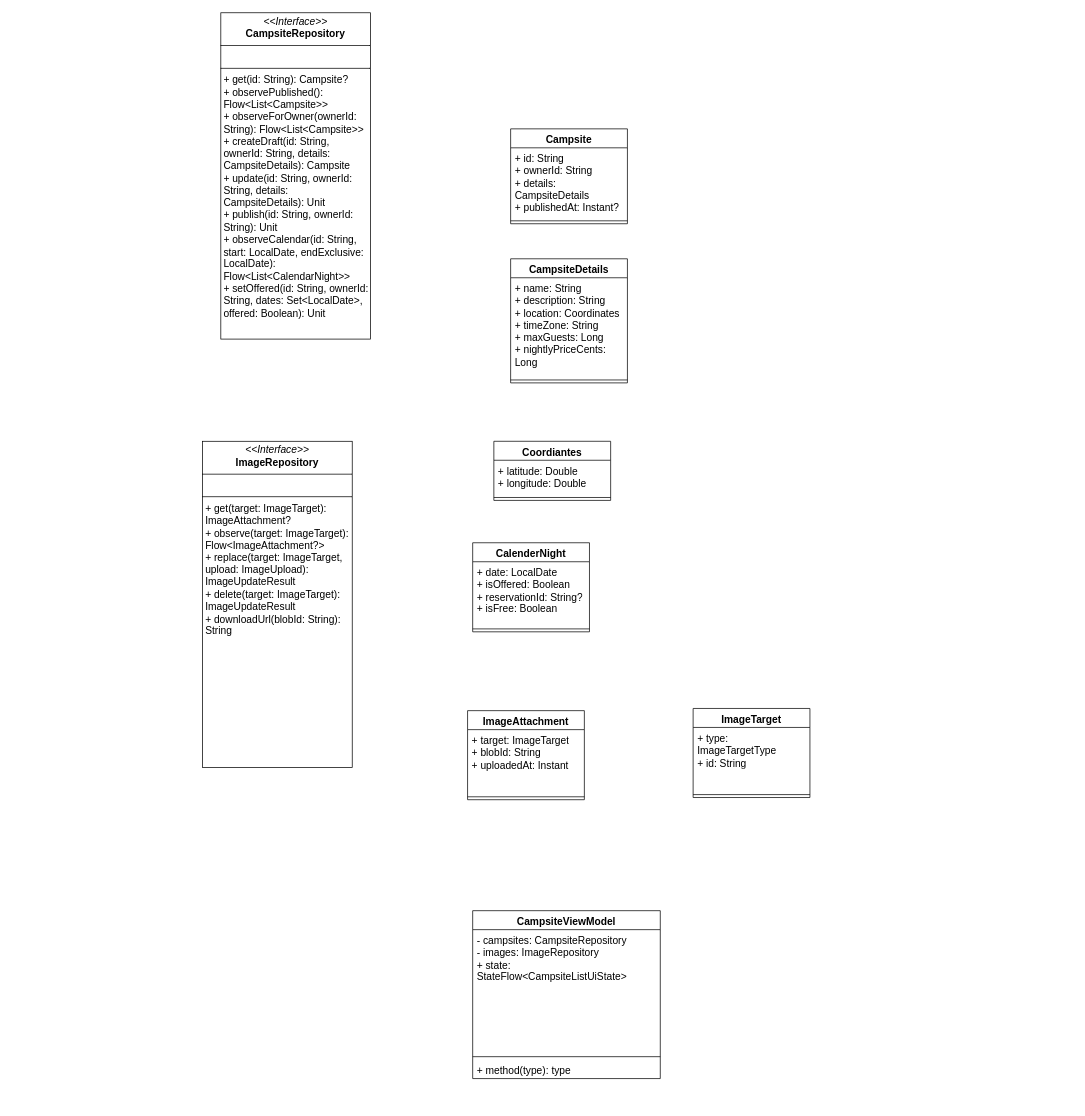
This is page "UML_Diagram_Revision" (5 of 5) of doc/UML.drawio from CMPUT301F26stderr/stderr-campsbridge, a draw.io file, before an edit. Source tidied: cells renumbered, new cells numbered last; positions are measured from the earlier drawing's top-left corner, leaving out a move shared by most shapes. Both pictures are drawn from the tidied source at 73%, with x=0, y=0 at pixel (202, 12).
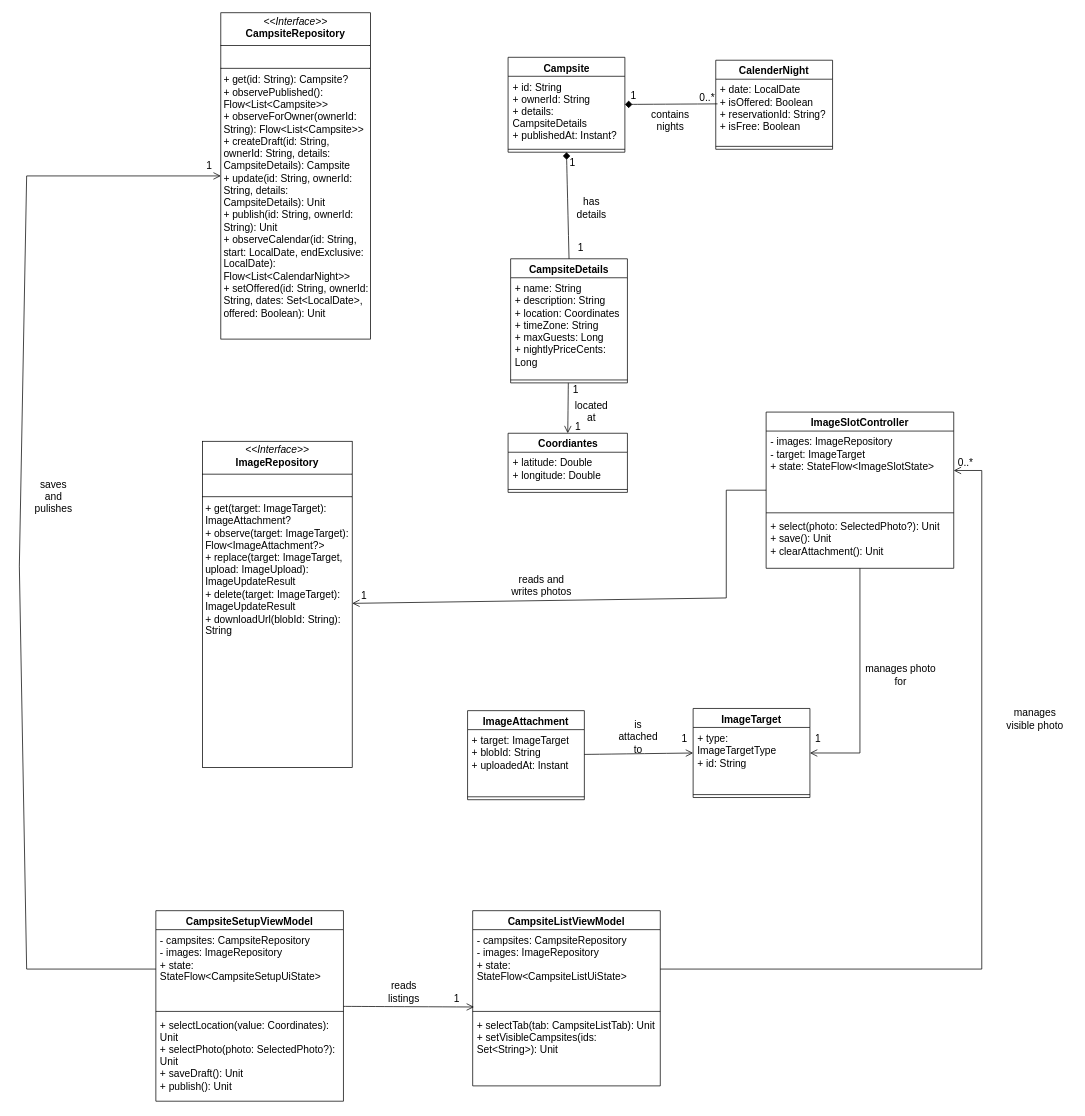
After the change.

Commit message:
making more modifications

Unchanged cells that the change refers to:
```xml
<mxCell id="2" value="&lt;p style=&quot;margin:0px;margin-top:4px;text-align:center;&quot;&gt;&lt;font&gt;&lt;i style=&quot;&quot;&gt;&amp;lt;&amp;lt;Interface&amp;gt;&amp;gt;&lt;/i&gt;&lt;br&gt;&lt;b style=&quot;&quot;&gt;&lt;font style=&quot;&quot;&gt;CampsiteRepository&lt;/font&gt;&lt;/b&gt;&lt;/font&gt;&lt;/p&gt;&lt;hr size=&quot;1&quot; style=&quot;border-style:solid;&quot;&gt;&lt;p style=&quot;margin:0px;margin-left:4px;&quot;&gt;&lt;font&gt;&lt;br&gt;&lt;/font&gt;&lt;/p&gt;&lt;hr size=&quot;1&quot; style=&quot;border-style:solid;&quot;&gt;&lt;p style=&quot;margin:0px;margin-left:4px;&quot;&gt;&lt;font&gt;+ get(id: String): Campsite?&lt;/font&gt;&lt;/p&gt;&lt;p style=&quot;margin:0px;margin-left:4px;&quot;&gt;&lt;font&gt;+ observePublished(): Flow&amp;lt;List&amp;lt;Campsite&amp;gt;&amp;gt;&lt;/font&gt;&lt;/p&gt;&lt;p style=&quot;margin:0px;margin-left:4px;&quot;&gt;&lt;font&gt;+ observeForOwner(ownerId: String): Flow&amp;lt;List&amp;lt;Campsite&amp;gt;&amp;gt;&lt;/font&gt;&lt;/p&gt;&lt;p style=&quot;margin:0px;margin-left:4px;&quot;&gt;&lt;font&gt;+ createDraft(id: String, ownerId: String, details: CampsiteDetails): Campsite&lt;/font&gt;&lt;/p&gt;&lt;p style=&quot;margin:0px;margin-left:4px;&quot;&gt;&lt;font&gt;+ update(id: String, ownerId: String, details: CampsiteDetails): Unit&lt;/font&gt;&lt;/p&gt;&lt;p style=&quot;margin:0px;margin-left:4px;&quot;&gt;&lt;font&gt;+ publish(id: String, ownerId: String): Unit&lt;/font&gt;&lt;/p&gt;&lt;p style=&quot;margin:0px;margin-left:4px;&quot;&gt;&lt;font&gt;+ observeCalendar(id: String, start: LocalDate, endExclusive: LocalDate): Flow&amp;lt;List&amp;lt;CalendarNight&amp;gt;&amp;gt;&lt;/font&gt;&lt;/p&gt;&lt;p style=&quot;margin:0px;margin-left:4px;&quot;&gt;&lt;font&gt;+ setOffered(id: String, ownerId: String, dates: Set&amp;lt;LocalDate&amp;gt;, offered: Boolean): Unit&lt;/font&gt;&lt;/p&gt;" style="verticalAlign=top;align=left;overflow=fill;html=1;whiteSpace=wrap;fontFamily=Arial;fontSize=14;" parent="1" vertex="1">
  <mxGeometry x="25" width="205" height="447" as="geometry" />
</mxCell>
<mxCell id="6" value="CampsiteDetails" style="swimlane;fontStyle=1;align=center;verticalAlign=top;horizontal=1;startSize=26;whiteSpace=wrap;html=1;fontFamily=Arial;fontSize=14;" parent="1" vertex="1">
  <mxGeometry x="422" y="337" width="160" height="170" as="geometry" />
</mxCell>
<mxCell id="13" value="&lt;div&gt;+ date: LocalDate&lt;/div&gt;&lt;div&gt;+ isOffered: Boolean&lt;/div&gt;&lt;div&gt;+ reservationId: String?&lt;/div&gt;&lt;div&gt;+ isFree: Boolean&lt;/div&gt;" style="text;strokeColor=none;fillColor=none;align=left;verticalAlign=top;spacingLeft=4;spacingRight=4;overflow=hidden;points=[[0,0.5],[1,0.5]];portConstraint=eastwest;whiteSpace=wrap;html=1;fontFamily=Arial;fontSize=14;" parent="12" vertex="1">
  <mxGeometry y="26" width="160" height="88" as="geometry" />
</mxCell>
<mxCell id="15" value="&lt;p style=&quot;margin:0px;margin-top:4px;text-align:center;&quot;&gt;&lt;font&gt;&lt;i style=&quot;&quot;&gt;&amp;lt;&amp;lt;Interface&amp;gt;&amp;gt;&lt;/i&gt;&lt;br&gt;&lt;b style=&quot;&quot;&gt;&lt;font style=&quot;&quot;&gt;ImageRepository&lt;/font&gt;&lt;/b&gt;&lt;/font&gt;&lt;/p&gt;&lt;hr size=&quot;1&quot; style=&quot;border-style:solid;&quot;&gt;&lt;p style=&quot;margin:0px;margin-left:4px;&quot;&gt;&lt;font&gt;&lt;br&gt;&lt;/font&gt;&lt;/p&gt;&lt;hr size=&quot;1&quot; style=&quot;border-style:solid;&quot;&gt;&lt;p style=&quot;margin:0px;margin-left:4px;&quot;&gt;+ get(target: ImageTarget): ImageAttachment?&lt;/p&gt;&lt;p style=&quot;margin:0px;margin-left:4px;&quot;&gt;+ observe(target: ImageTarget): Flow&amp;lt;ImageAttachment?&amp;gt;&lt;/p&gt;&lt;p style=&quot;margin:0px;margin-left:4px;&quot;&gt;+ replace(target: ImageTarget, upload: ImageUpload): ImageUpdateResult&lt;/p&gt;&lt;p style=&quot;margin:0px;margin-left:4px;&quot;&gt;+ delete(target: ImageTarget): ImageUpdateResult&lt;/p&gt;&lt;p style=&quot;margin:0px;margin-left:4px;&quot;&gt;+ downloadUrl(blobId: String): String&lt;/p&gt;" style="verticalAlign=top;align=left;overflow=fill;html=1;whiteSpace=wrap;fontFamily=Arial;fontSize=14;" parent="1" vertex="1">
  <mxGeometry y="587" width="205" height="447" as="geometry" />
</mxCell>
<mxCell id="16" value="ImageAttachment" style="swimlane;fontStyle=1;align=center;verticalAlign=top;horizontal=1;startSize=26;whiteSpace=wrap;html=1;fontFamily=Arial;fontSize=14;" parent="1" vertex="1">
  <mxGeometry x="363" y="956" width="160" height="122" as="geometry" />
</mxCell>
<mxCell id="19" value="ImageTarget" style="swimlane;fontStyle=1;align=center;verticalAlign=top;horizontal=1;startSize=26;whiteSpace=wrap;html=1;fontFamily=Arial;fontSize=14;" parent="1" vertex="1">
  <mxGeometry x="672" y="953" width="160" height="122" as="geometry" />
</mxCell>
```

Change to the diagram source:
```diff
@@
     <mxCell id="3" value="Campsite" style="swimlane;fontStyle=1;align=center;verticalAlign=top;horizontal=1;startSize=26;whiteSpace=wrap;html=1;fontFamily=Arial;fontSize=14;" parent="1" vertex="1">
-      <mxGeometry x="422" y="159" width="160" height="130" as="geometry" />
+      <mxGeometry x="418.5" y="61" width="160" height="130" as="geometry" />
     </mxCell>
@@
+    <mxCell id="26" style="edgeStyle=none;curved=1;rounded=0;curveGeometry=1;jettySize=auto;html=1;entryX=0.5;entryY=0;entryDx=0;entryDy=0;fontSize=12;defaultLabelBackgroundColor=page;startSize=8;endSize=8;endArrow=open;endFill=0;" parent="1" edge="1" source="6" target="9">
+      <mxGeometry relative="1" as="geometry" />
+    </mxCell>
@@
     <mxCell id="9" value="Coordiantes" style="swimlane;fontStyle=1;align=center;verticalAlign=top;horizontal=1;startSize=26;whiteSpace=wrap;html=1;fontFamily=Arial;fontSize=14;" parent="1" vertex="1">
-      <mxGeometry x="399" y="587" width="160" height="81" as="geometry" />
+      <mxGeometry x="418.5" y="576" width="163.5" height="81" as="geometry" />
     </mxCell>
     <mxCell id="10" value="&lt;div&gt;+ latitude: Double&lt;/div&gt;&lt;div&gt;+ longitude: Double&lt;/div&gt;" style="text;strokeColor=none;fillColor=none;align=left;verticalAlign=top;spacingLeft=4;spacingRight=4;overflow=hidden;whiteSpace=wrap;html=1;fontFamily=Arial;fontSize=14;" parent="9" vertex="1">
-      <mxGeometry y="26" width="160" height="47" as="geometry" />
+      <mxGeometry y="26" width="163.5" height="47" as="geometry" />
     </mxCell>
     <mxCell id="11" style="line;strokeWidth=1;fillColor=none;align=left;verticalAlign=middle;spacingTop=-1;spacingLeft=3;spacingRight=3;labelPosition=right;strokeColor=inherit;labelPerimeter=1;" parent="9" vertex="1">
-      <mxGeometry y="73" width="160" height="8" as="geometry" />
+      <mxGeometry y="73" width="163.5" height="8" as="geometry" />
     </mxCell>
     <mxCell id="12" value="CalenderNight" style="swimlane;fontStyle=1;align=center;verticalAlign=top;horizontal=1;startSize=26;whiteSpace=wrap;html=1;fontFamily=Arial;fontSize=14;" parent="1" vertex="1">
-      <mxGeometry x="370" y="726" width="160" height="122" as="geometry" />
+      <mxGeometry x="703" y="65" width="160" height="122" as="geometry" />
     </mxCell>
@@
+    <mxCell id="27" style="edgeStyle=none;curved=0;rounded=0;jettySize=auto;html=1;entryX=0;entryY=0.5;entryDx=0;entryDy=0;fontSize=12;defaultLabelBackgroundColor=page;startSize=8;endSize=8;endArrow=none;endFill=0;startArrow=open;startFill=0;" parent="1" edge="1" source="15" target="34">
+      <mxGeometry x="-0.06" relative="1" as="geometry">
+        <Array as="points">
+          <mxPoint x="717.4" y="801.6" />
+          <mxPoint x="717.4" y="654" />
+        </Array>
+      </mxGeometry>
+    </mxCell>
@@
+    <mxCell id="28" style="edgeStyle=none;curved=1;rounded=0;curveGeometry=1;jettySize=auto;html=1;entryX=0;entryY=0.5;entryDx=0;entryDy=0;fontSize=12;defaultLabelBackgroundColor=page;startSize=8;endSize=8;endArrow=open;endFill=0;" parent="1" edge="1" source="16" target="19">
+      <mxGeometry relative="1" as="geometry" />
+    </mxCell>
@@
-    <mxCell id="22" value="CampsiteViewModel" style="swimlane;fontStyle=1;align=center;verticalAlign=top;horizontal=1;startSize=26;whiteSpace=wrap;html=1;fontFamily=Arial;fontSize=14;" parent="1" vertex="1">
-      <mxGeometry x="370" y="1230" width="257" height="230" as="geometry" />
+    <mxCell id="22" value="CampsiteListViewModel" style="swimlane;fontStyle=1;align=center;verticalAlign=top;horizontal=1;startSize=26;whiteSpace=wrap;html=1;fontFamily=Arial;fontSize=14;" parent="1" vertex="1">
+      <mxGeometry x="370" y="1230" width="257" height="240" as="geometry" />
     </mxCell>
     <mxCell id="23" value="&lt;div&gt;- campsites: CampsiteRepository&lt;/div&gt;&lt;div&gt;- images: ImageRepository&lt;/div&gt;&lt;div&gt;+ state: StateFlow&amp;lt;CampsiteListUiState&amp;gt;&lt;/div&gt;" style="text;strokeColor=none;fillColor=none;align=left;verticalAlign=top;spacingLeft=4;spacingRight=4;overflow=hidden;points=[[0,0.5],[1,0.5]];portConstraint=eastwest;whiteSpace=wrap;html=1;fontFamily=Arial;fontSize=14;" parent="22" vertex="1">
-      <mxGeometry y="26" width="257" height="170" as="geometry" />
+      <mxGeometry y="26" width="257" height="108" as="geometry" />
     </mxCell>
     <mxCell id="24" style="line;strokeWidth=1;fillColor=none;align=left;verticalAlign=middle;spacingTop=-1;spacingLeft=3;spacingRight=3;labelPosition=right;points=[];portConstraint=eastwest;strokeColor=inherit;labelPerimeter=1;" parent="22" vertex="1">
-      <mxGeometry y="196" width="257" height="8" as="geometry" />
+      <mxGeometry y="134" width="257" height="8" as="geometry" />
     </mxCell>
-    <mxCell id="25" value="+ method(type): type" style="text;strokeColor=none;fillColor=none;align=left;verticalAlign=top;spacingLeft=4;spacingRight=4;overflow=hidden;whiteSpace=wrap;html=1;fontFamily=Arial;fontSize=14;" parent="22" vertex="1">
-      <mxGeometry y="204" width="257" height="26" as="geometry" />
+    <mxCell id="25" value="&lt;div&gt;+ selectTab(tab: CampsiteListTab): Unit&lt;/div&gt;&lt;div&gt;+ setVisibleCampsites(ids: Set&amp;lt;String&amp;gt;): Unit&lt;/div&gt;" style="text;strokeColor=none;fillColor=none;align=left;verticalAlign=top;spacingLeft=4;spacingRight=4;overflow=hidden;whiteSpace=wrap;html=1;fontFamily=Arial;fontSize=14;" parent="22" vertex="1">
+      <mxGeometry y="142" width="257" height="98" as="geometry" />
     </mxCell>
+    <mxCell id="29" value="CampsiteSetupViewModel" style="swimlane;fontStyle=1;align=center;verticalAlign=top;horizontal=1;startSize=26;whiteSpace=wrap;html=1;fontFamily=Arial;fontSize=14;" parent="1" vertex="1">
+      <mxGeometry x="-64" y="1230" width="257" height="261" as="geometry" />
+    </mxCell>
+    <mxCell id="30" value="&lt;div&gt;- campsites: CampsiteRepository&lt;/div&gt;&lt;div&gt;- images: ImageRepository&lt;/div&gt;&lt;div&gt;+ state: StateFlow&amp;lt;CampsiteSetupUiState&amp;gt;&lt;/div&gt;" style="text;strokeColor=none;fillColor=none;align=left;verticalAlign=top;spacingLeft=4;spacingRight=4;overflow=hidden;points=[[0,0.5],[1,0.5]];portConstraint=eastwest;whiteSpace=wrap;html=1;fontFamily=Arial;fontSize=14;" parent="29" vertex="1">
+      <mxGeometry y="26" width="257" height="108" as="geometry" />
+    </mxCell>
+    <mxCell id="31" style="line;strokeWidth=1;fillColor=none;align=left;verticalAlign=middle;spacingTop=-1;spacingLeft=3;spacingRight=3;labelPosition=right;strokeColor=inherit;labelPerimeter=1;" parent="29" vertex="1">
+      <mxGeometry y="134" width="257" height="8" as="geometry" />
+    </mxCell>
+    <mxCell id="32" value="&lt;div&gt;+ selectLocation(value: Coordinates): Unit&lt;/div&gt;&lt;div&gt;+ selectPhoto(photo: SelectedPhoto?): Unit&lt;/div&gt;&lt;div&gt;+ saveDraft(): Unit&lt;/div&gt;&lt;div&gt;+ publish(): Unit&lt;/div&gt;" style="text;strokeColor=none;fillColor=none;align=left;verticalAlign=top;spacingLeft=4;spacingRight=4;overflow=hidden;whiteSpace=wrap;html=1;fontFamily=Arial;fontSize=14;" parent="29" vertex="1">
+      <mxGeometry y="142" width="257" height="119" as="geometry" />
+    </mxCell>
+    <mxCell id="33" style="edgeStyle=none;curved=0;rounded=0;jettySize=auto;html=1;exitX=0.5;exitY=1;exitDx=0;exitDy=0;entryX=1;entryY=0.5;entryDx=0;entryDy=0;fontSize=12;defaultLabelBackgroundColor=page;startSize=8;endSize=8;endArrow=open;endFill=0;" parent="1" edge="1" source="34" target="19">
+      <mxGeometry relative="1" as="geometry">
+        <Array as="points">
+          <mxPoint x="900.5" y="1014" />
+        </Array>
+      </mxGeometry>
+    </mxCell>
+    <mxCell id="34" value="ImageSlotController" style="swimlane;fontStyle=1;align=center;verticalAlign=top;horizontal=1;startSize=26;whiteSpace=wrap;html=1;fontFamily=Arial;fontSize=14;" parent="1" vertex="1">
+      <mxGeometry x="772" y="547" width="257" height="214" as="geometry" />
+    </mxCell>
+    <mxCell id="35" value="&lt;div&gt;- images: ImageRepository&lt;/div&gt;&lt;div&gt;- target: ImageTarget&lt;/div&gt;&lt;div&gt;+ state: StateFlow&amp;lt;ImageSlotState&amp;gt;&lt;/div&gt;" style="text;strokeColor=none;fillColor=none;align=left;verticalAlign=top;spacingLeft=4;spacingRight=4;overflow=hidden;points=[[0,0.5],[1,0.5]];portConstraint=eastwest;whiteSpace=wrap;html=1;fontFamily=Arial;fontSize=14;" parent="34" vertex="1">
+      <mxGeometry y="26" width="257" height="108" as="geometry" />
+    </mxCell>
+    <mxCell id="36" style="line;strokeWidth=1;fillColor=none;align=left;verticalAlign=middle;spacingTop=-1;spacingLeft=3;spacingRight=3;labelPosition=right;strokeColor=inherit;labelPerimeter=1;" parent="34" vertex="1">
+      <mxGeometry y="134" width="257" height="8" as="geometry" />
+    </mxCell>
+    <mxCell id="37" value="&lt;div&gt;+ select(photo: SelectedPhoto?): Unit&lt;/div&gt;&lt;div&gt;+ save(): Unit&lt;/div&gt;&lt;div&gt;+ clearAttachment(): Unit&lt;/div&gt;" style="text;strokeColor=none;fillColor=none;align=left;verticalAlign=top;spacingLeft=4;spacingRight=4;overflow=hidden;whiteSpace=wrap;html=1;fontFamily=Arial;fontSize=14;" parent="34" vertex="1">
+      <mxGeometry y="142" width="257" height="72" as="geometry" />
+    </mxCell>
+    <mxCell id="38" style="edgeStyle=none;curved=1;rounded=0;curveGeometry=1;jettySize=auto;html=1;exitX=0.5;exitY=1;exitDx=0;exitDy=0;fontSize=12;defaultLabelBackgroundColor=page;startSize=8;endSize=8;startArrow=diamond;startFill=1;endArrow=none;endFill=0;entryX=0.5;entryY=0;entryDx=0;entryDy=0;" parent="1" edge="1" source="3" target="6">
+      <mxGeometry relative="1" as="geometry" />
+    </mxCell>
+    <mxCell id="39" value="1" style="text;html=1;whiteSpace=wrap;strokeColor=none;fillColor=none;align=center;verticalAlign=middle;rounded=0;fontSize=14;fontFamily=Arial;" parent="1" vertex="1">
+      <mxGeometry x="507" y="307" width="23" height="30" as="geometry" />
+    </mxCell>
+    <mxCell id="40" value="1" style="text;html=1;whiteSpace=wrap;strokeColor=none;fillColor=none;align=center;verticalAlign=middle;rounded=0;fontSize=14;" parent="1" vertex="1">
+      <mxGeometry x="477" y="191" width="60" height="30" as="geometry" />
+    </mxCell>
+    <mxCell id="41" value="has details" style="text;html=1;whiteSpace=wrap;strokeColor=none;fillColor=none;align=center;verticalAlign=middle;rounded=0;fontSize=14;fontFamily=Arial;" parent="1" vertex="1">
+      <mxGeometry x="503" y="252" width="60" height="30" as="geometry" />
+    </mxCell>
+    <mxCell id="42" value="1" style="text;html=1;whiteSpace=wrap;strokeColor=none;fillColor=none;align=center;verticalAlign=middle;rounded=0;fontSize=14;fontFamily=Arial;" parent="1" vertex="1">
+      <mxGeometry x="500" y="501" width="23" height="30" as="geometry" />
+    </mxCell>
+    <mxCell id="43" value="1" style="text;html=1;whiteSpace=wrap;strokeColor=none;fillColor=none;align=center;verticalAlign=middle;rounded=0;fontSize=14;fontFamily=Arial;" parent="1" vertex="1">
+      <mxGeometry x="503" y="552" width="23" height="30" as="geometry" />
+    </mxCell>
+    <mxCell id="44" value="located at" style="text;html=1;whiteSpace=wrap;strokeColor=none;fillColor=none;align=center;verticalAlign=middle;rounded=0;fontSize=14;fontFamily=Arial;" parent="1" vertex="1">
+      <mxGeometry x="503" y="531" width="60" height="30" as="geometry" />
+    </mxCell>
+    <mxCell id="45" style="edgeStyle=none;curved=1;rounded=0;curveGeometry=1;jettySize=auto;html=1;entryX=0.015;entryY=0.384;entryDx=0;entryDy=0;entryPerimeter=0;fontSize=12;defaultLabelBackgroundColor=page;startSize=8;endSize=8;startArrow=diamond;startFill=1;endArrow=none;endFill=0;" parent="1" edge="1" source="3" target="13">
+      <mxGeometry relative="1" as="geometry" />
+    </mxCell>
+    <mxCell id="46" value="1" style="text;html=1;whiteSpace=wrap;strokeColor=none;fillColor=none;align=center;verticalAlign=middle;rounded=0;fontSize=14;fontFamily=Arial;" parent="1" vertex="1">
+      <mxGeometry x="578.5" y="98" width="23" height="30" as="geometry" />
+    </mxCell>
+    <mxCell id="47" value="0..*" style="text;html=1;whiteSpace=wrap;strokeColor=none;fillColor=none;align=center;verticalAlign=middle;rounded=0;fontSize=14;fontFamily=Arial;" parent="1" vertex="1">
+      <mxGeometry x="680" y="102" width="23" height="30" as="geometry" />
+    </mxCell>
+    <mxCell id="48" value="contains nights" style="text;html=1;whiteSpace=wrap;strokeColor=none;fillColor=none;align=center;verticalAlign=middle;rounded=0;fontSize=14;fontFamily=Arial;" parent="1" vertex="1">
+      <mxGeometry x="611" y="132" width="60" height="30" as="geometry" />
+    </mxCell>
+    <mxCell id="49" value="1" style="text;html=1;whiteSpace=wrap;strokeColor=none;fillColor=none;align=center;verticalAlign=middle;rounded=0;fontSize=14;fontFamily=Arial;" parent="1" vertex="1">
+      <mxGeometry x="649" y="980" width="23" height="30" as="geometry" />
+    </mxCell>
+    <mxCell id="50" value="is attached to" style="text;html=1;whiteSpace=wrap;strokeColor=none;fillColor=none;align=center;verticalAlign=middle;rounded=0;fontSize=14;fontFamily=Arial;" parent="1" vertex="1">
+      <mxGeometry x="567" y="977" width="60" height="30" as="geometry" />
+    </mxCell>
+    <mxCell id="51" style="edgeStyle=none;curved=1;rounded=0;curveGeometry=1;jettySize=auto;html=1;entryX=0.007;entryY=-0.257;entryDx=0;entryDy=0;entryPerimeter=0;fontSize=12;defaultLabelBackgroundColor=page;startSize=8;endSize=8;endArrow=open;endFill=0;" parent="1" edge="1" source="29" target="24">
+      <mxGeometry relative="1" as="geometry" />
+    </mxCell>
+    <mxCell id="52" value="1" style="text;html=1;whiteSpace=wrap;strokeColor=none;fillColor=none;align=center;verticalAlign=middle;rounded=0;fontSize=14;fontFamily=Arial;" parent="1" vertex="1">
+      <mxGeometry x="337" y="1335" width="23" height="30" as="geometry" />
+    </mxCell>
+    <mxCell id="53" value="reads listings" style="text;html=1;whiteSpace=wrap;strokeColor=none;fillColor=none;align=center;verticalAlign=middle;rounded=0;fontSize=14;fontFamily=Arial;" parent="1" vertex="1">
+      <mxGeometry x="246" y="1326" width="60" height="30" as="geometry" />
+    </mxCell>
+    <mxCell id="54" style="edgeStyle=none;curved=0;rounded=0;jettySize=auto;html=1;entryX=0;entryY=0.5;entryDx=0;entryDy=0;fontSize=12;defaultLabelBackgroundColor=page;startSize=8;endSize=8;endArrow=open;endFill=0;" parent="1" edge="1" source="30" target="2">
+      <mxGeometry x="-0.13" relative="1" as="geometry">
+        <Array as="points">
+          <mxPoint x="-241" y="1310" />
+          <mxPoint x="-251" y="758" />
+          <mxPoint x="-241" y="223.5" />
+        </Array>
+      </mxGeometry>
+    </mxCell>
+    <mxCell id="55" value="1" style="text;html=1;whiteSpace=wrap;strokeColor=none;fillColor=none;align=center;verticalAlign=middle;rounded=0;fontSize=14;fontFamily=Arial;" parent="1" vertex="1">
+      <mxGeometry x="-2" y="195" width="23" height="30" as="geometry" />
+    </mxCell>
+    <mxCell id="56" value="saves and pulishes" style="text;html=1;whiteSpace=wrap;strokeColor=none;fillColor=none;align=center;verticalAlign=middle;rounded=0;fontSize=14;fontFamily=Arial;" parent="1" vertex="1">
+      <mxGeometry x="-234" y="648" width="60" height="30" as="geometry" />
+    </mxCell>
+    <mxCell id="57" value="1" style="text;html=1;whiteSpace=wrap;strokeColor=none;fillColor=none;align=center;verticalAlign=middle;rounded=0;fontSize=14;fontFamily=Arial;" parent="1" vertex="1">
+      <mxGeometry x="210" y="784" width="23" height="30" as="geometry" />
+    </mxCell>
+    <mxCell id="58" value="reads and writes photos" style="text;html=1;whiteSpace=wrap;strokeColor=none;fillColor=none;align=center;verticalAlign=middle;rounded=0;fontSize=14;fontFamily=Arial;" parent="1" vertex="1">
+      <mxGeometry x="414" y="769" width="101" height="30" as="geometry" />
+    </mxCell>
+    <mxCell id="59" value="1" style="text;html=1;whiteSpace=wrap;strokeColor=none;fillColor=none;align=center;verticalAlign=middle;rounded=0;fontSize=14;fontFamily=Arial;" parent="1" vertex="1">
+      <mxGeometry x="832" y="980" width="23" height="30" as="geometry" />
+    </mxCell>
+    <mxCell id="60" value="manages photo for" style="text;html=1;whiteSpace=wrap;strokeColor=none;fillColor=none;align=center;verticalAlign=middle;rounded=0;fontSize=14;fontFamily=Arial;" parent="1" vertex="1">
+      <mxGeometry x="906" y="892" width="101" height="30" as="geometry" />
+    </mxCell>
+    <mxCell id="61" style="edgeStyle=none;curved=0;rounded=0;jettySize=auto;html=1;entryX=1;entryY=0.5;entryDx=0;entryDy=0;fontSize=12;defaultLabelBackgroundColor=page;startSize=8;endSize=8;endArrow=open;endFill=0;" parent="1" edge="1" source="23" target="35">
+      <mxGeometry relative="1" as="geometry">
+        <Array as="points">
+          <mxPoint x="1067.4" y="1310" />
+          <mxPoint x="1067.4" y="627" />
+        </Array>
+      </mxGeometry>
+    </mxCell>
+    <mxCell id="62" value="0..*" style="text;html=1;whiteSpace=wrap;strokeColor=none;fillColor=none;align=center;verticalAlign=middle;rounded=0;fontSize=14;fontFamily=Arial;" parent="1" vertex="1">
+      <mxGeometry x="1034" y="601.5" width="23" height="30" as="geometry" />
+    </mxCell>
+    <mxCell id="63" value="manages visible photo" style="text;html=1;whiteSpace=wrap;strokeColor=none;fillColor=none;align=center;verticalAlign=middle;rounded=0;fontSize=14;fontFamily=Arial;" parent="1" vertex="1">
+      <mxGeometry x="1090" y="952" width="101" height="30" as="geometry" />
+    </mxCell>
```
